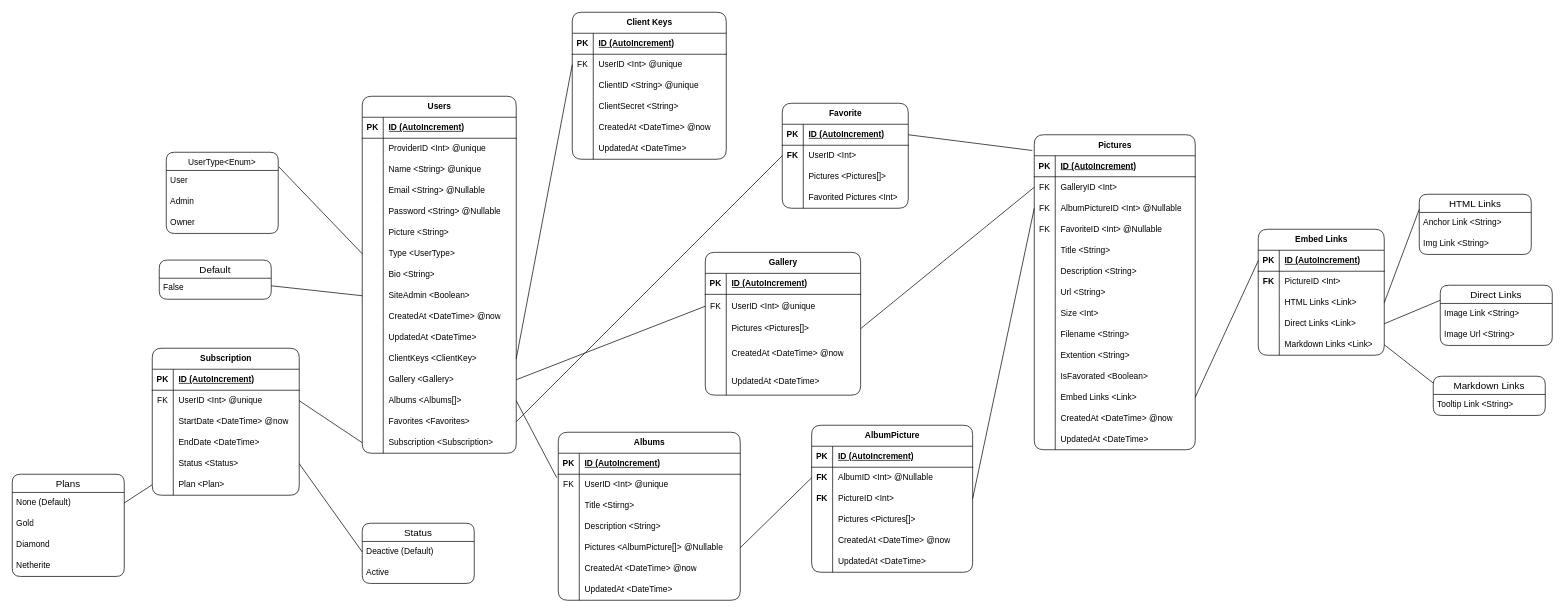
Before: project/models/Pixelarium.drawio in Novanaa/Pixelarium, a draw.io diagram. Source tidied: cells renumbered, new cells numbered last; positions are measured from the earlier drawing's top-left corner, leaving out a move shared by most shapes. Both pictures are drawn from the tidied source at 70%, with x=0, y=0 at pixel (12, 12).
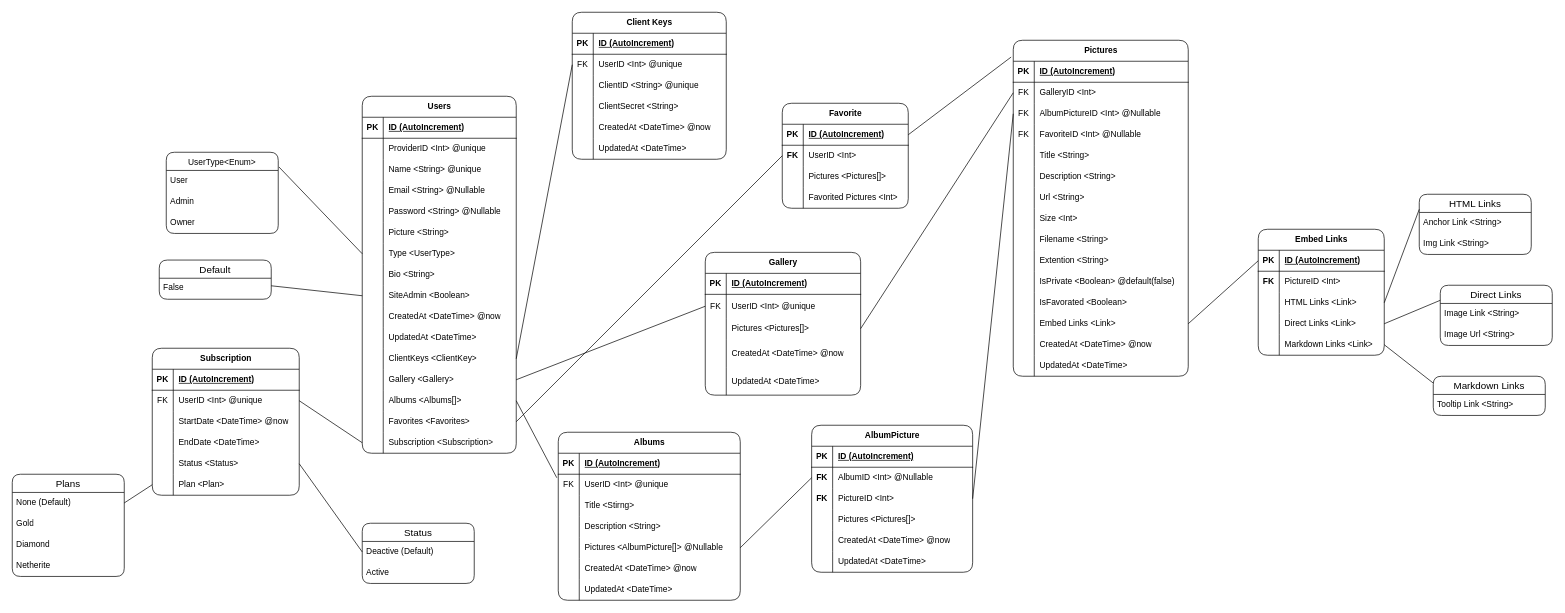
After the change.

Commit message (it also covers changes not shown here):
Added is_private field to picture model

Change to the diagram source:
```diff
@@
     <mxCell id="96" value="Pictures" style="shape=table;startSize=30;childLayout=tableLayout;rowLines=0;fontStyle=1;align=center;html=1;rounded=1;" parent="1" vertex="1">
-      <mxGeometry x="1460" y="175" width="230" height="450" as="geometry" />
+      <mxGeometry x="1430" y="40" width="250" height="480" as="geometry" />
     </mxCell>
     <mxCell id="97" style="shape=tableRow;horizontal=0;startSize=0;swimlaneHead=0;swimlaneBody=0;fillColor=none;top=0;left=0;right=0;bottom=1;" parent="96" vertex="1">
-      <mxGeometry y="30" width="230" height="30" as="geometry" />
+      <mxGeometry y="30" width="250" height="30" as="geometry" />
     </mxCell>
@@
     <mxCell id="99" value="ID (AutoIncrement)" style="shape=partialRectangle;fillColor=none;top=0;left=0;bottom=0;right=0;align=left;spacingLeft=6;fontStyle=5;overflow=hidden;whiteSpace=wrap;html=1;" parent="97" vertex="1">
-      <mxGeometry x="30" width="200" height="30" as="geometry" />
+      <mxGeometry x="30" width="220" height="30" as="geometry" />
     </mxCell>
     <mxCell id="100" style="shape=tableRow;horizontal=0;startSize=0;swimlaneHead=0;swimlaneBody=0;fillColor=none;points=[[0,0.5],[1,0.5]];portConstraint=eastwest;top=0;left=0;right=0;bottom=0;" parent="96" vertex="1">
-      <mxGeometry y="60" width="230" height="30" as="geometry" />
+      <mxGeometry y="60" width="250" height="30" as="geometry" />
     </mxCell>
@@
     <mxCell id="102" value="GalleryID &amp;lt;Int&amp;gt;" style="shape=partialRectangle;fillColor=none;top=0;left=0;bottom=0;right=0;align=left;spacingLeft=6;overflow=hidden;whiteSpace=wrap;html=1;" parent="100" vertex="1">
-      <mxGeometry x="30" width="200" height="30" as="geometry" />
+      <mxGeometry x="30" width="220" height="30" as="geometry" />
     </mxCell>
     <mxCell id="103" style="shape=tableRow;horizontal=0;startSize=0;swimlaneHead=0;swimlaneBody=0;fillColor=none;points=[[0,0.5],[1,0.5]];portConstraint=eastwest;top=0;left=0;right=0;bottom=0;" parent="96" vertex="1">
-      <mxGeometry y="90" width="230" height="30" as="geometry" />
+      <mxGeometry y="90" width="250" height="30" as="geometry" />
     </mxCell>
@@
     <mxCell id="105" value="AlbumPictureID &amp;lt;Int&amp;gt; @Nullable" style="shape=partialRectangle;fillColor=none;top=0;left=0;bottom=0;right=0;align=left;spacingLeft=6;overflow=hidden;whiteSpace=wrap;html=1;" parent="103" vertex="1">
-      <mxGeometry x="30" width="200" height="30" as="geometry" />
+      <mxGeometry x="30" width="220" height="30" as="geometry" />
     </mxCell>
     <mxCell id="106" style="shape=tableRow;horizontal=0;startSize=0;swimlaneHead=0;swimlaneBody=0;fillColor=none;top=0;left=0;right=0;bottom=0;" parent="96" vertex="1">
-      <mxGeometry y="120" width="230" height="30" as="geometry" />
+      <mxGeometry y="120" width="250" height="30" as="geometry" />
     </mxCell>
@@
     <mxCell id="108" value="FavoriteID &amp;lt;Int&amp;gt; @Nullable" style="shape=partialRectangle;fillColor=none;top=0;left=0;bottom=0;right=0;align=left;spacingLeft=6;overflow=hidden;whiteSpace=wrap;html=1;" parent="106" vertex="1">
-      <mxGeometry x="30" width="200" height="30" as="geometry" />
+      <mxGeometry x="30" width="220" height="30" as="geometry" />
     </mxCell>
     <mxCell id="109" style="shape=tableRow;horizontal=0;startSize=0;swimlaneHead=0;swimlaneBody=0;fillColor=none;top=0;left=0;right=0;bottom=0;" parent="96" vertex="1">
-      <mxGeometry y="150" width="230" height="30" as="geometry" />
+      <mxGeometry y="150" width="250" height="30" as="geometry" />
     </mxCell>
@@
     <mxCell id="111" value="Title &amp;lt;String&amp;gt;" style="shape=partialRectangle;fillColor=none;top=0;left=0;bottom=0;right=0;align=left;spacingLeft=6;overflow=hidden;whiteSpace=wrap;html=1;" parent="109" vertex="1">
-      <mxGeometry x="30" width="200" height="30" as="geometry" />
+      <mxGeometry x="30" width="220" height="30" as="geometry" />
     </mxCell>
     <mxCell id="112" style="shape=tableRow;horizontal=0;startSize=0;swimlaneHead=0;swimlaneBody=0;fillColor=none;top=0;left=0;right=0;bottom=0;" parent="96" vertex="1">
-      <mxGeometry y="180" width="230" height="30" as="geometry" />
+      <mxGeometry y="180" width="250" height="30" as="geometry" />
     </mxCell>
@@
     <mxCell id="114" value="Description &amp;lt;String&amp;gt;" style="shape=partialRectangle;fillColor=none;top=0;left=0;bottom=0;right=0;align=left;spacingLeft=6;overflow=hidden;whiteSpace=wrap;html=1;" parent="112" vertex="1">
-      <mxGeometry x="30" width="200" height="30" as="geometry" />
+      <mxGeometry x="30" width="220" height="30" as="geometry" />
     </mxCell>
     <mxCell id="115" style="shape=tableRow;horizontal=0;startSize=0;swimlaneHead=0;swimlaneBody=0;fillColor=none;top=0;left=0;right=0;bottom=0;" parent="96" vertex="1">
-      <mxGeometry y="210" width="230" height="30" as="geometry" />
+      <mxGeometry y="210" width="250" height="30" as="geometry" />
     </mxCell>
@@
     <mxCell id="117" value="Url &amp;lt;String&amp;gt;" style="shape=partialRectangle;fillColor=none;top=0;left=0;bottom=0;right=0;align=left;spacingLeft=6;overflow=hidden;whiteSpace=wrap;html=1;" parent="115" vertex="1">
-      <mxGeometry x="30" width="200" height="30" as="geometry" />
+      <mxGeometry x="30" width="220" height="30" as="geometry" />
     </mxCell>
     <mxCell id="118" style="shape=tableRow;horizontal=0;startSize=0;swimlaneHead=0;swimlaneBody=0;fillColor=none;top=0;left=0;right=0;bottom=0;" parent="96" vertex="1">
-      <mxGeometry y="240" width="230" height="30" as="geometry" />
+      <mxGeometry y="240" width="250" height="30" as="geometry" />
     </mxCell>
@@
     <mxCell id="120" value="Size &amp;lt;Int&amp;gt;" style="shape=partialRectangle;fillColor=none;top=0;left=0;bottom=0;right=0;align=left;spacingLeft=6;overflow=hidden;whiteSpace=wrap;html=1;" parent="118" vertex="1">
-      <mxGeometry x="30" width="200" height="30" as="geometry" />
+      <mxGeometry x="30" width="220" height="30" as="geometry" />
     </mxCell>
     <mxCell id="121" style="shape=tableRow;horizontal=0;startSize=0;swimlaneHead=0;swimlaneBody=0;fillColor=none;top=0;left=0;right=0;bottom=0;" parent="96" vertex="1">
-      <mxGeometry y="270" width="230" height="30" as="geometry" />
+      <mxGeometry y="270" width="250" height="30" as="geometry" />
     </mxCell>
@@
     <mxCell id="123" value="Filename &amp;lt;String&amp;gt;" style="shape=partialRectangle;fillColor=none;top=0;left=0;bottom=0;right=0;align=left;spacingLeft=6;overflow=hidden;whiteSpace=wrap;html=1;" parent="121" vertex="1">
-      <mxGeometry x="30" width="200" height="30" as="geometry" />
+      <mxGeometry x="30" width="220" height="30" as="geometry" />
     </mxCell>
     <mxCell id="124" style="shape=tableRow;horizontal=0;startSize=0;swimlaneHead=0;swimlaneBody=0;fillColor=none;top=0;left=0;right=0;bottom=0;" parent="96" vertex="1">
-      <mxGeometry y="300" width="230" height="30" as="geometry" />
+      <mxGeometry y="300" width="250" height="30" as="geometry" />
     </mxCell>
@@
     <mxCell id="126" value="Extention &amp;lt;String&amp;gt;" style="shape=partialRectangle;fillColor=none;top=0;left=0;bottom=0;right=0;align=left;spacingLeft=6;overflow=hidden;whiteSpace=wrap;html=1;" parent="124" vertex="1">
-      <mxGeometry x="30" width="200" height="30" as="geometry" />
+      <mxGeometry x="30" width="220" height="30" as="geometry" />
     </mxCell>
+    <mxCell id="257" style="shape=tableRow;horizontal=0;startSize=0;swimlaneHead=0;swimlaneBody=0;fillColor=none;top=0;left=0;right=0;bottom=0;" parent="96" vertex="1">
+      <mxGeometry y="330" width="250" height="30" as="geometry" />
+    </mxCell>
+    <mxCell id="258" style="shape=partialRectangle;fillColor=none;top=0;left=0;bottom=0;right=0;overflow=hidden;whiteSpace=wrap;html=1;" parent="257" vertex="1">
+      <mxGeometry width="30" height="30" as="geometry" />
+    </mxCell>
+    <mxCell id="259" value="IsPrivate &amp;lt;Boolean&amp;gt; @default(false)" style="shape=partialRectangle;fillColor=none;top=0;left=0;bottom=0;right=0;align=left;spacingLeft=6;overflow=hidden;whiteSpace=wrap;html=1;" parent="257" vertex="1">
+      <mxGeometry x="30" width="220" height="30" as="geometry" />
+    </mxCell>
     <mxCell id="127" style="shape=tableRow;horizontal=0;startSize=0;swimlaneHead=0;swimlaneBody=0;fillColor=none;top=0;left=0;right=0;bottom=0;" parent="96" vertex="1">
-      <mxGeometry y="330" width="230" height="30" as="geometry" />
+      <mxGeometry y="360" width="250" height="30" as="geometry" />
     </mxCell>
@@
     <mxCell id="129" value="IsFavorated &amp;lt;Boolean&amp;gt;" style="shape=partialRectangle;fillColor=none;top=0;left=0;bottom=0;right=0;align=left;spacingLeft=6;overflow=hidden;whiteSpace=wrap;html=1;" parent="127" vertex="1">
-      <mxGeometry x="30" width="200" height="30" as="geometry" />
+      <mxGeometry x="30" width="220" height="30" as="geometry" />
     </mxCell>
     <mxCell id="130" style="shape=tableRow;horizontal=0;startSize=0;swimlaneHead=0;swimlaneBody=0;fillColor=none;points=[[0,0.5],[1,0.5]];portConstraint=eastwest;top=0;left=0;right=0;bottom=0;" parent="96" vertex="1">
-      <mxGeometry y="360" width="230" height="30" as="geometry" />
+      <mxGeometry y="390" width="250" height="30" as="geometry" />
     </mxCell>
@@
     <mxCell id="132" value="Embed Links &amp;lt;Link&amp;gt;" style="shape=partialRectangle;fillColor=none;top=0;left=0;bottom=0;right=0;align=left;spacingLeft=6;overflow=hidden;whiteSpace=wrap;html=1;" parent="130" vertex="1">
-      <mxGeometry x="30" width="200" height="30" as="geometry" />
+      <mxGeometry x="30" width="220" height="30" as="geometry" />
     </mxCell>
     <mxCell id="133" style="shape=tableRow;horizontal=0;startSize=0;swimlaneHead=0;swimlaneBody=0;fillColor=none;top=0;left=0;right=0;bottom=0;" parent="96" vertex="1">
-      <mxGeometry y="390" width="230" height="30" as="geometry" />
+      <mxGeometry y="420" width="250" height="30" as="geometry" />
     </mxCell>
@@
     <mxCell id="135" value="CreatedAt &amp;lt;DateTime&amp;gt; @now" style="shape=partialRectangle;fillColor=none;top=0;left=0;bottom=0;right=0;align=left;spacingLeft=6;overflow=hidden;whiteSpace=wrap;html=1;" parent="133" vertex="1">
-      <mxGeometry x="30" width="200" height="30" as="geometry" />
+      <mxGeometry x="30" width="220" height="30" as="geometry" />
     </mxCell>
     <mxCell id="136" style="shape=tableRow;horizontal=0;startSize=0;swimlaneHead=0;swimlaneBody=0;fillColor=none;top=0;left=0;right=0;bottom=0;" parent="96" vertex="1">
-      <mxGeometry y="420" width="230" height="30" as="geometry" />
+      <mxGeometry y="450" width="250" height="30" as="geometry" />
     </mxCell>
@@
     <mxCell id="138" value="UpdatedAt &amp;lt;DateTime&amp;gt;" style="shape=partialRectangle;fillColor=none;top=0;left=0;bottom=0;right=0;align=left;spacingLeft=6;overflow=hidden;whiteSpace=wrap;html=1;" parent="136" vertex="1">
-      <mxGeometry x="30" width="200" height="30" as="geometry" />
+      <mxGeometry x="30" width="220" height="30" as="geometry" />
     </mxCell>
```
